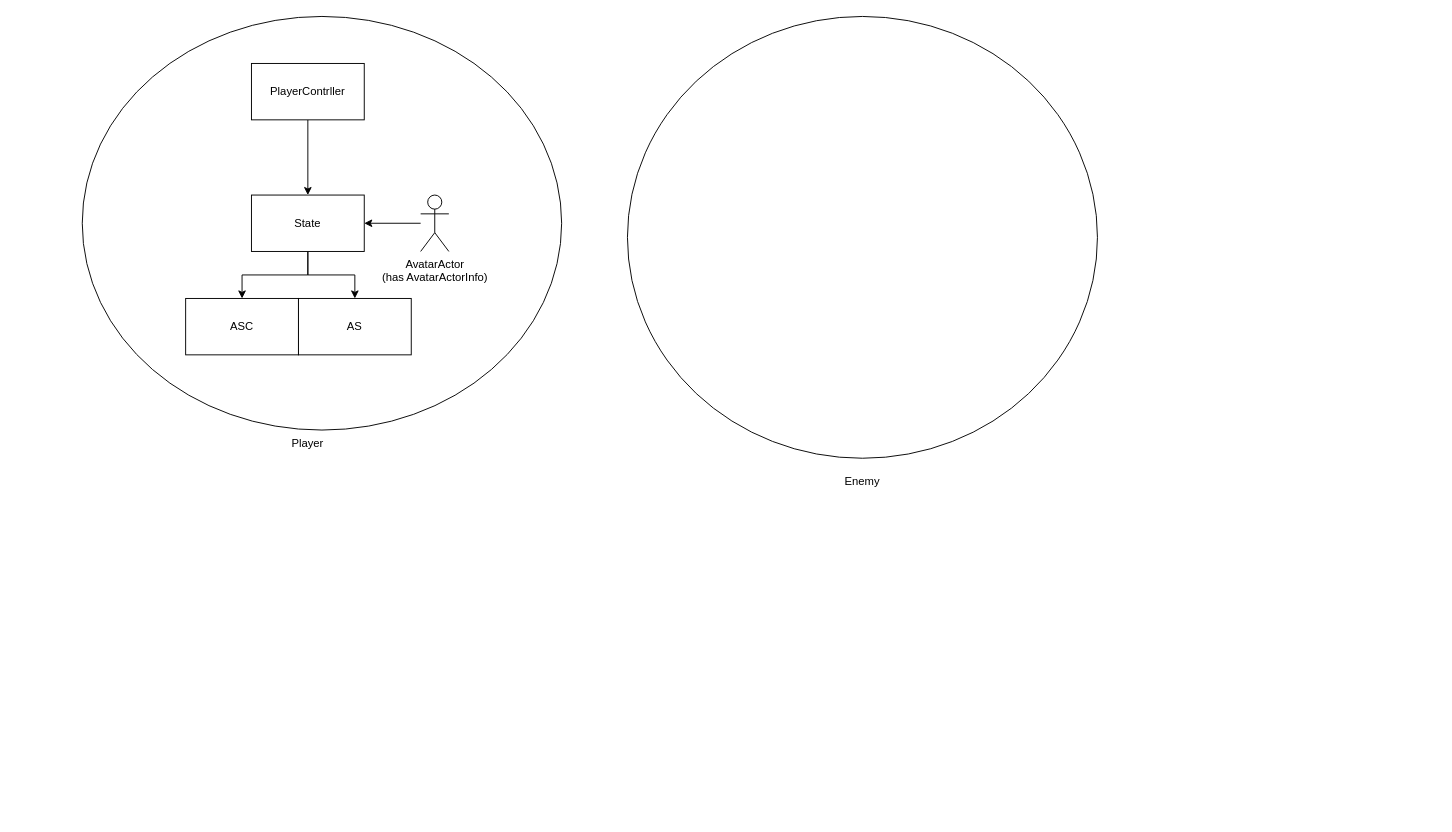
Above: UML/CakeWalk.drawio in Abs1201/CakeWalk (draw.io), before the change. Source tidied: cells renumbered, new cells numbered last; positions are measured from the earlier drawing's top-left corner, leaving out a move shared by most shapes. Both pictures are drawn from the tidied source at 94%, with x=0, y=0 at pixel (82, 16).
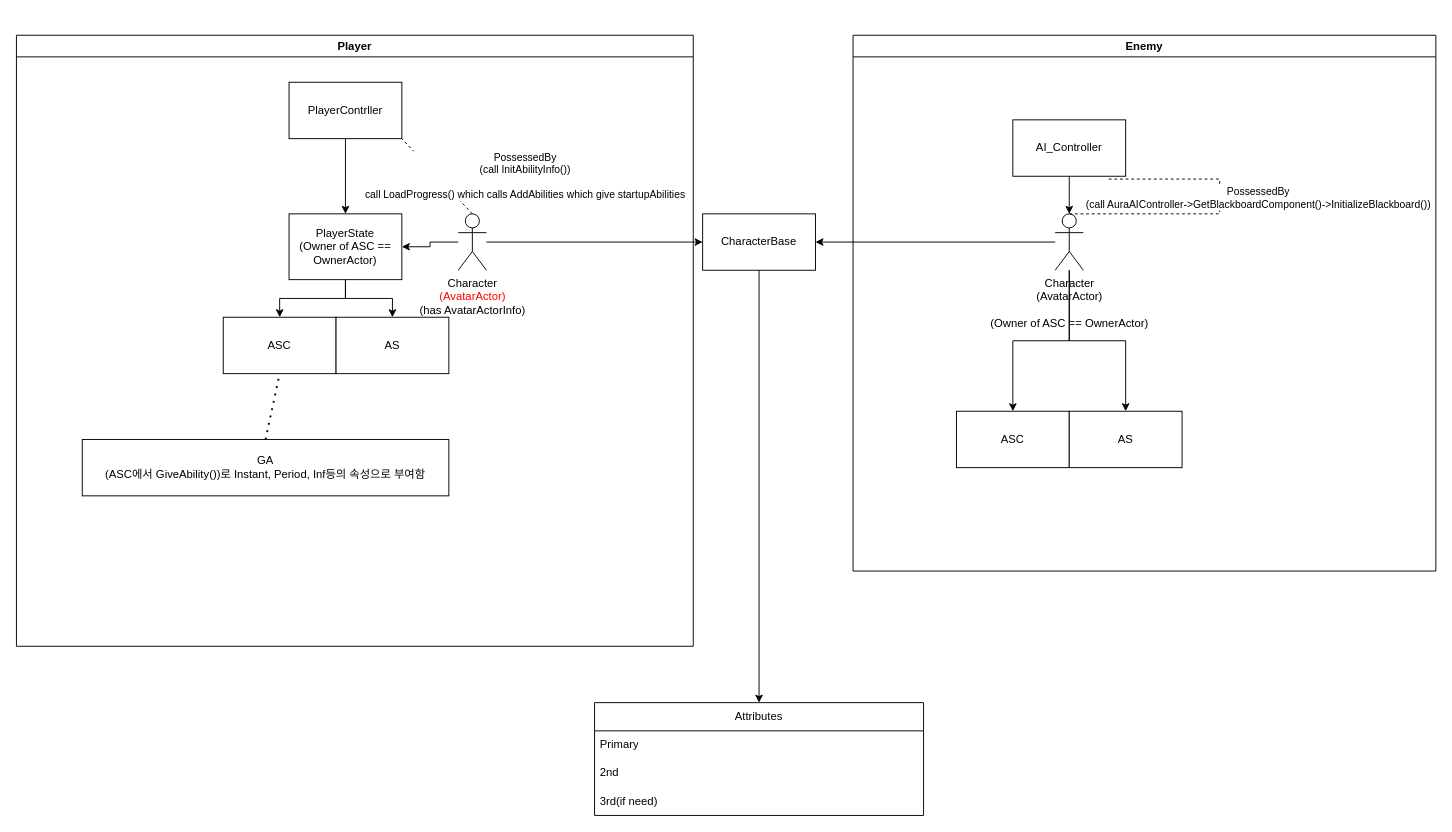
After the change.

What changed in the source:
```diff
@@
     <mxCell id="2" style="group;" parent="1" vertex="1">
-      <mxGeometry width="510" height="470" as="geometry" />
+      <mxGeometry width="1440" height="690" as="geometry" />
     </mxCell>
-    <mxCell id="3" style="ellipse;whiteSpace=wrap;html=1;" parent="2" vertex="1">
-      <mxGeometry width="510" height="440" as="geometry" />
-    </mxCell>
+    <mxCell id="13" value="&lt;div&gt;Player&lt;/div&gt;" style="swimlane;whiteSpace=wrap;html=1;" parent="2" vertex="1">
+      <mxGeometry x="-70" y="20" width="720" height="650" as="geometry" />
+    </mxCell>
-    <mxCell id="4" style="edgeStyle=orthogonalEdgeStyle;rounded=0;jettySize=auto;html=1;" parent="2" edge="1" source="5" target="8">
+    <mxCell id="4" style="edgeStyle=orthogonalEdgeStyle;rounded=0;jettySize=auto;html=1;" parent="13" edge="1" source="5" target="8">
       <mxGeometry relative="1" as="geometry" />
     </mxCell>
-    <mxCell id="5" value="&lt;div&gt;PlayerContrller&lt;/div&gt;" style="rounded=0;whiteSpace=wrap;html=1;" parent="2" vertex="1">
-      <mxGeometry x="180" y="50" width="120" height="60" as="geometry" />
+    <mxCell id="5" value="&lt;div&gt;PlayerContrller&lt;/div&gt;" style="rounded=0;whiteSpace=wrap;html=1;" parent="13" vertex="1">
+      <mxGeometry x="290" y="50" width="120" height="60" as="geometry" />
     </mxCell>
-    <mxCell id="6" style="edgeStyle=orthogonalEdgeStyle;rounded=0;jettySize=auto;html=1;" parent="2" edge="1" source="8" target="9">
+    <mxCell id="6" style="edgeStyle=orthogonalEdgeStyle;rounded=0;jettySize=auto;html=1;" parent="13" edge="1" source="8" target="9">
       <mxGeometry relative="1" as="geometry" />
     </mxCell>
-    <mxCell id="7" style="edgeStyle=orthogonalEdgeStyle;rounded=0;jettySize=auto;html=1;" parent="2" edge="1" source="8" target="10">
+    <mxCell id="7" style="edgeStyle=orthogonalEdgeStyle;rounded=0;jettySize=auto;html=1;" parent="13" edge="1" source="8" target="10">
       <mxGeometry relative="1" as="geometry" />
     </mxCell>
-    <mxCell id="8" value="&lt;div&gt;State&lt;/div&gt;" style="rounded=0;whiteSpace=wrap;html=1;" parent="2" vertex="1">
-      <mxGeometry x="180" y="190" width="120" height="60" as="geometry" />
+    <mxCell id="8" value="&lt;div&gt;PlayerState&lt;/div&gt;&lt;div&gt;(Owner of ASC == OwnerActor)&lt;/div&gt;" style="rounded=0;whiteSpace=wrap;html=1;" parent="13" vertex="1">
+      <mxGeometry x="290" y="190" width="120" height="70" as="geometry" />
     </mxCell>
-    <mxCell id="9" value="&lt;div&gt;ASC&lt;/div&gt;" style="whiteSpace=wrap;html=1;rounded=0;" parent="2" vertex="1">
-      <mxGeometry x="110" y="300" width="120" height="60" as="geometry" />
+    <mxCell id="9" value="&lt;div&gt;ASC&lt;/div&gt;" style="whiteSpace=wrap;html=1;rounded=0;" parent="13" vertex="1">
+      <mxGeometry x="220" y="300" width="120" height="60" as="geometry" />
     </mxCell>
-    <mxCell id="10" value="&lt;div&gt;AS&lt;/div&gt;" style="whiteSpace=wrap;html=1;rounded=0;" parent="2" vertex="1">
-      <mxGeometry x="230" y="300" width="120" height="60" as="geometry" />
+    <mxCell id="10" value="&lt;div&gt;AS&lt;/div&gt;" style="whiteSpace=wrap;html=1;rounded=0;" parent="13" vertex="1">
+      <mxGeometry x="340" y="300" width="120" height="60" as="geometry" />
     </mxCell>
-    <mxCell id="11" style="edgeStyle=orthogonalEdgeStyle;rounded=0;jettySize=auto;html=1;entryX=1;entryY=0.5;entryDx=0;entryDy=0;" parent="2" edge="1" source="12" target="8">
+    <mxCell id="11" style="edgeStyle=orthogonalEdgeStyle;rounded=0;jettySize=auto;html=1;entryX=1;entryY=0.5;entryDx=0;entryDy=0;" parent="13" edge="1" source="12" target="8">
       <mxGeometry relative="1" as="geometry" />
     </mxCell>
-    <mxCell id="12" value="&lt;div&gt;AvatarActor&lt;/div&gt;&lt;div&gt;(has AvatarActorInfo)&lt;/div&gt;" style="shape=umlActor;verticalLabelPosition=bottom;verticalAlign=top;html=1;outlineConnect=0;" parent="2" vertex="1">
-      <mxGeometry x="360" y="190" width="30" height="60" as="geometry" />
+    <mxCell id="12" value="&lt;div&gt;&lt;span style=&quot;color: rgb(0, 0, 0);&quot;&gt;Character&lt;/span&gt;&lt;/div&gt;&lt;div&gt;&lt;span style=&quot;color: rgb(255, 0, 0);&quot;&gt;(AvatarActor)&lt;/span&gt;&lt;/div&gt;&lt;div&gt;(has AvatarActorInfo)&lt;/div&gt;" style="shape=umlActor;verticalLabelPosition=bottom;verticalAlign=top;html=1;outlineConnect=0;" parent="13" vertex="1">
+      <mxGeometry x="470" y="190" width="30" height="60" as="geometry" />
     </mxCell>
-    <mxCell id="13" value="&lt;div&gt;Player&lt;/div&gt;" style="text;html=1;whiteSpace=wrap;strokeColor=none;fillColor=none;align=center;verticalAlign=middle;rounded=0;" parent="2" vertex="1">
-      <mxGeometry x="210" y="440" width="60" height="30" as="geometry" />
-    </mxCell>
-    <mxCell id="14" style="ellipse;whiteSpace=wrap;html=1;" parent="1" vertex="1">
-      <mxGeometry x="580" width="500" height="470" as="geometry" />
-    </mxCell>
+    <mxCell id="16" value="&lt;div&gt;GA&lt;/div&gt;&lt;div&gt;(ASC에서 GiveAbility())로 Instant, Period, Inf등의 속성으로 부여함&lt;/div&gt;" style="rounded=0;whiteSpace=wrap;html=1;" parent="13" vertex="1">
+      <mxGeometry x="70" y="430" width="390" height="60" as="geometry" />
+    </mxCell>
+    <mxCell id="17" style="endArrow=none;dashed=1;html=1;dashPattern=1 3;strokeWidth=2;rounded=0;entryX=0.5;entryY=1;entryDx=0;entryDy=0;exitX=0.5;exitY=0;exitDx=0;exitDy=0;" parent="13" edge="1" source="16" target="9">
+      <mxGeometry relative="1" as="geometry" />
+    </mxCell>
+    <mxCell id="18" style="endArrow=none;dashed=1;html=1;rounded=0;exitX=0.5;exitY=0;exitDx=0;exitDy=0;exitPerimeter=0;entryX=1;entryY=1;entryDx=0;entryDy=0;" parent="13" edge="1" source="12" target="5">
+      <mxGeometry relative="1" as="geometry" />
+    </mxCell>
+    <mxCell id="19" value="&lt;div&gt;PossessedBy&lt;/div&gt;&lt;div&gt;(call InitAbilityInfo())&lt;/div&gt;&lt;div&gt;&lt;br&gt;&lt;/div&gt;&lt;div&gt;call LoadProgress() which calls AddAbilities which give startupAbilities&lt;/div&gt;" style="edgeLabel;html=1;align=center;verticalAlign=middle;" parent="18" vertex="1">
+      <mxGeometry x="-0.11" y="2" relative="1" as="geometry">
+        <mxPoint x="90" y="-6" as="offset" />
+      </mxGeometry>
+    </mxCell>
+    <mxCell id="20" value="&lt;div&gt;CharacterBase&lt;/div&gt;" style="rounded=0;whiteSpace=wrap;html=1;" parent="2" vertex="1">
+      <mxGeometry x="660" y="210" width="120" height="60" as="geometry" />
+    </mxCell>
+    <mxCell id="21" style="edgeStyle=orthogonalEdgeStyle;rounded=0;jettySize=auto;html=1;entryX=0;entryY=0.5;entryDx=0;entryDy=0;" parent="2" edge="1" source="12" target="20">
+      <mxGeometry relative="1" as="geometry" />
+    </mxCell>
+    <mxCell id="22" style="edgeStyle=orthogonalEdgeStyle;rounded=0;jettySize=auto;html=1;entryX=0.5;entryY=0;entryDx=0;entryDy=0;" parent="2" edge="1" source="24" target="27">
+      <mxGeometry relative="1" as="geometry" />
+    </mxCell>
+    <mxCell id="23" style="edgeStyle=orthogonalEdgeStyle;rounded=0;jettySize=auto;html=1;entryX=0.5;entryY=0;entryDx=0;entryDy=0;" parent="2" edge="1" source="24" target="28">
+      <mxGeometry relative="1" as="geometry" />
+    </mxCell>
+    <mxCell id="24" value="&lt;div&gt;Character&lt;/div&gt;&lt;div&gt;(AvatarActor)&lt;/div&gt;&lt;div&gt;&lt;br&gt;&lt;/div&gt;&lt;div&gt;(Owner of ASC == OwnerActor)&lt;/div&gt;" style="shape=umlActor;verticalLabelPosition=bottom;verticalAlign=top;html=1;outlineConnect=0;" parent="2" vertex="1">
+      <mxGeometry x="1035" y="210" width="30" height="60" as="geometry" />
+    </mxCell>
+    <mxCell id="25" value="&lt;div&gt;AI_Controller&lt;/div&gt;" style="rounded=0;whiteSpace=wrap;html=1;" parent="2" vertex="1">
+      <mxGeometry x="990" y="110" width="120" height="60" as="geometry" />
+    </mxCell>
+    <mxCell id="26" style="edgeStyle=orthogonalEdgeStyle;rounded=0;jettySize=auto;html=1;entryX=0.5;entryY=0;entryDx=0;entryDy=0;entryPerimeter=0;" parent="2" edge="1" source="25" target="24">
+      <mxGeometry relative="1" as="geometry" />
+    </mxCell>
+    <mxCell id="27" value="&lt;div&gt;ASC&lt;/div&gt;" style="whiteSpace=wrap;html=1;rounded=0;" parent="2" vertex="1">
+      <mxGeometry x="930" y="420" width="120" height="60" as="geometry" />
+    </mxCell>
+    <mxCell id="28" value="&lt;div&gt;AS&lt;/div&gt;" style="whiteSpace=wrap;html=1;rounded=0;" parent="2" vertex="1">
+      <mxGeometry x="1050" y="420" width="120" height="60" as="geometry" />
+    </mxCell>
+    <mxCell id="29" style="endArrow=none;dashed=1;html=1;rounded=0;exitX=0.5;exitY=0;exitDx=0;exitDy=0;exitPerimeter=0;entryX=0.85;entryY=1.05;entryDx=0;entryDy=0;entryPerimeter=0;" parent="2" edge="1" source="24" target="25">
+      <mxGeometry relative="1" as="geometry">
+        <Array as="points">
+          <mxPoint x="1210" y="210" />
+          <mxPoint x="1210" y="173" />
+        </Array>
+      </mxGeometry>
+    </mxCell>
+    <mxCell id="30" value="&lt;div&gt;PossessedBy&lt;/div&gt;&lt;div&gt;(call AuraAIController-&amp;gt;GetBlackboardComponent()-&amp;gt;InitializeBlackboard())&lt;/div&gt;" style="edgeLabel;html=1;align=center;verticalAlign=middle;" parent="29" vertex="1">
+      <mxGeometry x="0.13" y="-1" relative="1" as="geometry">
+        <mxPoint x="39" as="offset" />
+      </mxGeometry>
+    </mxCell>
+    <mxCell id="31" style="edgeStyle=orthogonalEdgeStyle;rounded=0;jettySize=auto;html=1;entryX=1;entryY=0.5;entryDx=0;entryDy=0;" parent="2" edge="1" source="24" target="20">
+      <mxGeometry relative="1" as="geometry" />
+    </mxCell>
-    <mxCell id="15" value="&lt;div&gt;Enemy&lt;/div&gt;" style="text;html=1;whiteSpace=wrap;strokeColor=none;fillColor=none;align=center;verticalAlign=middle;rounded=0;" parent="1" vertex="1">
-      <mxGeometry x="800" y="480" width="60" height="30" as="geometry" />
+    <mxCell id="15" value="Enemy" style="swimlane;whiteSpace=wrap;html=1;" parent="2" vertex="1">
+      <mxGeometry x="820" y="20" width="620" height="570" as="geometry" />
     </mxCell>
+    <mxCell id="32" value="Attributes" style="swimlane;fontStyle=0;horizontal=1;startSize=30;whiteSpace=wrap;html=1;" parent="1" vertex="1">
+      <mxGeometry x="545" y="730" width="350" height="120" as="geometry" />
+    </mxCell>
+    <mxCell id="33" value="Primary" style="text;strokeColor=none;fillColor=none;align=left;verticalAlign=middle;spacingLeft=4;spacingRight=4;overflow=hidden;whiteSpace=wrap;html=1;" parent="32" vertex="1">
+      <mxGeometry y="30" width="350" height="30" as="geometry" />
+    </mxCell>
+    <mxCell id="34" value="2nd" style="text;strokeColor=none;fillColor=none;align=left;verticalAlign=middle;spacingLeft=4;spacingRight=4;overflow=hidden;whiteSpace=wrap;html=1;" parent="32" vertex="1">
+      <mxGeometry y="60" width="350" height="30" as="geometry" />
+    </mxCell>
+    <mxCell id="35" value="3rd(if need)" style="text;strokeColor=none;fillColor=none;align=left;verticalAlign=middle;spacingLeft=4;spacingRight=4;overflow=hidden;whiteSpace=wrap;html=1;" parent="32" vertex="1">
+      <mxGeometry y="90" width="350" height="30" as="geometry" />
+    </mxCell>
+    <mxCell id="36" style="edgeStyle=orthogonalEdgeStyle;rounded=0;jettySize=auto;html=1;entryX=0.5;entryY=0;entryDx=0;entryDy=0;" parent="1" edge="1" source="20" target="32">
+      <mxGeometry relative="1" as="geometry" />
+    </mxCell>
```
